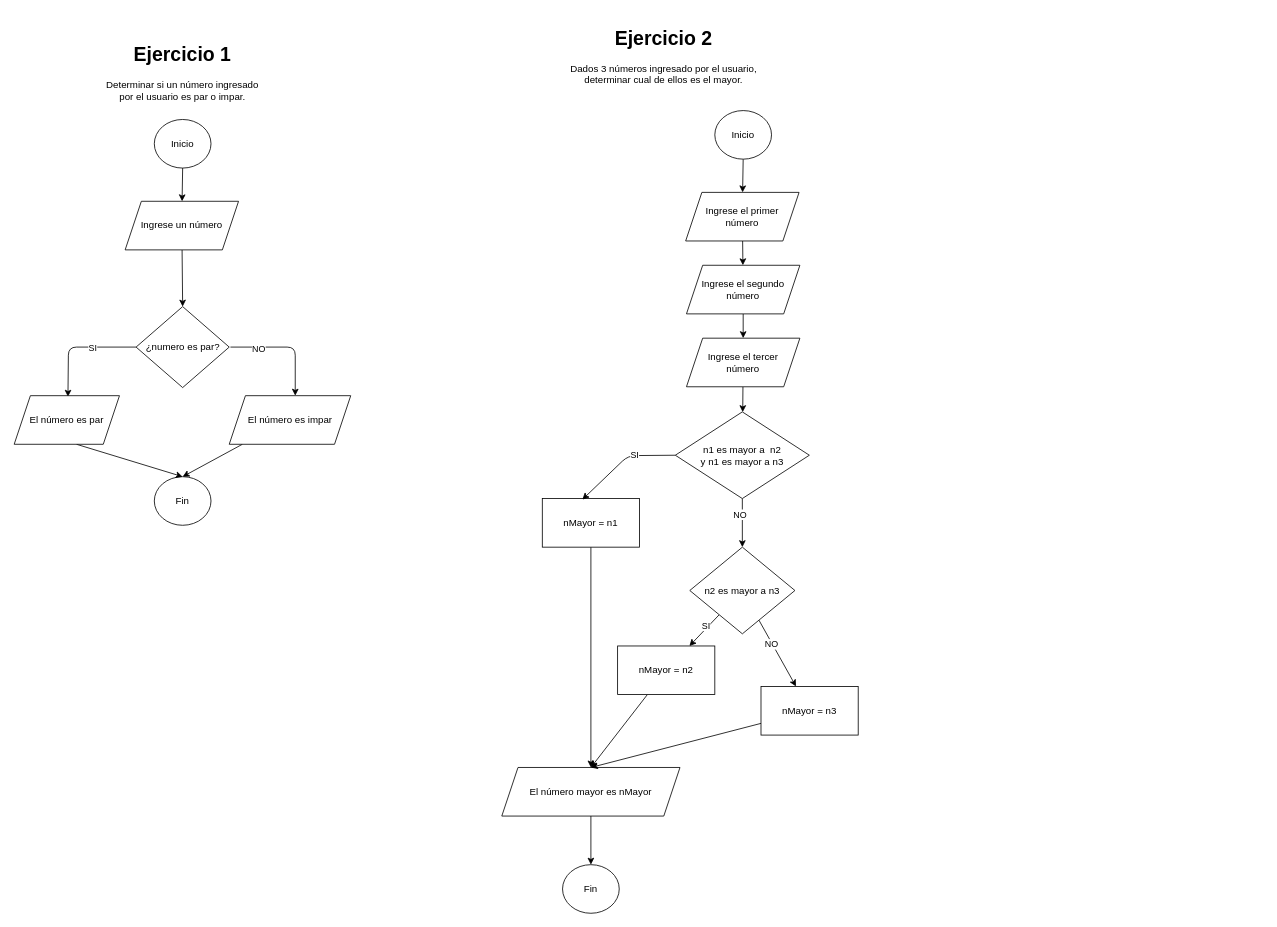
Earlier version of the draw.io diagram assets/03-Diagramas.drawio (carlos-paezf/Introduction-to-Data-Enginnering-and-AI). Source tidied: cells renumbered, new cells numbered last; positions are measured from the earlier drawing's top-left corner, leaving out a move shared by most shapes. Both pictures are drawn from the tidied source at 81%, with x=0, y=0 at pixel (14, 22).
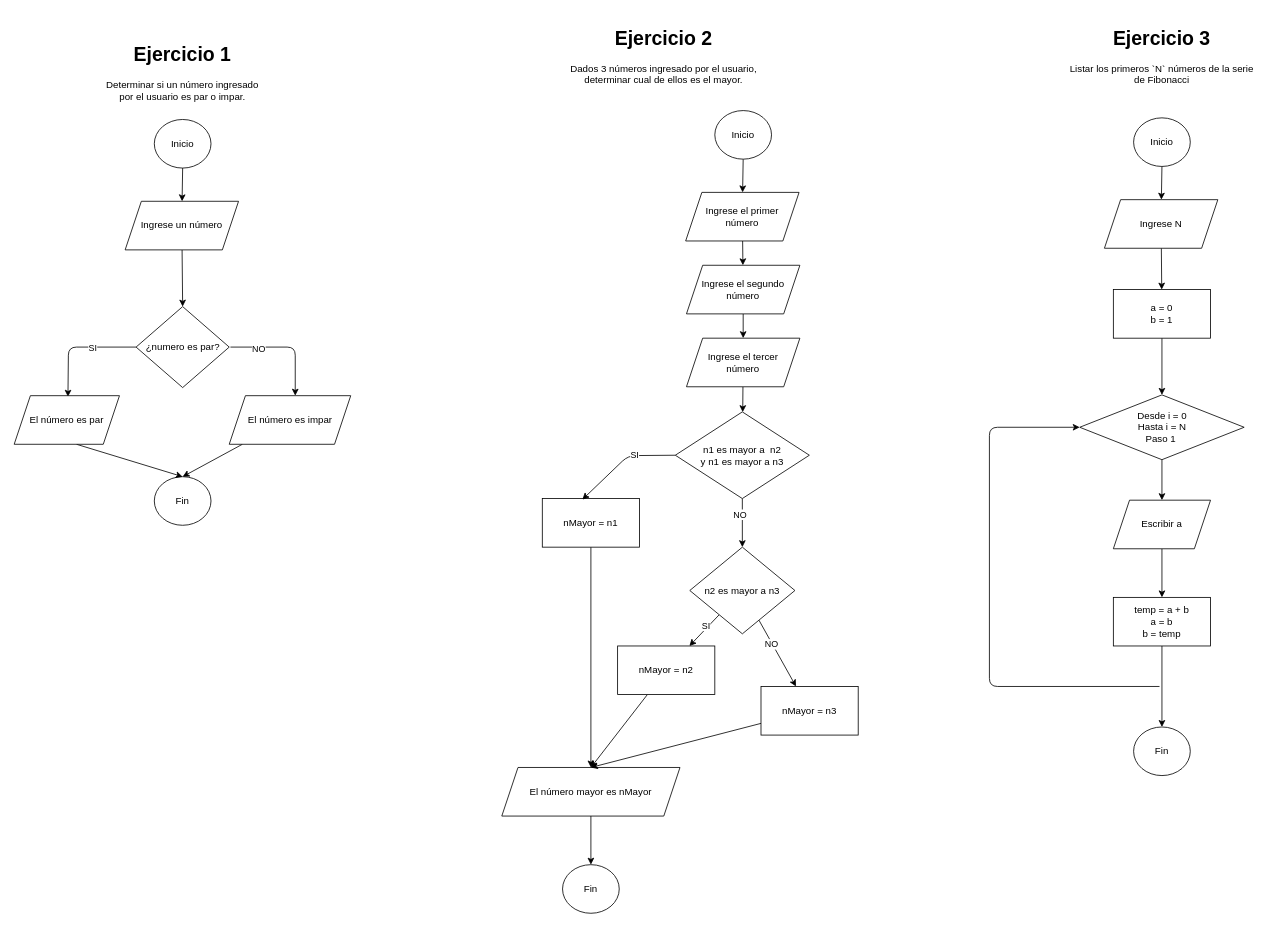
After the change.

Commit message (it also covers changes not shown here):
Add Exercise 3 Diagram

The edit, as a diff of the source:
```diff
@@
+    <mxCell id="45" value="&lt;h1&gt;Ejercicio 3&lt;/h1&gt;&lt;p&gt;Listar los primeros `N` números de la serie de Fibonacci&lt;/p&gt;" style="text;html=1;strokeColor=none;fillColor=none;spacing=5;spacingTop=-20;whiteSpace=wrap;overflow=hidden;rounded=0;align=center;" parent="1" vertex="1">
+      <mxGeometry x="1293" width="248" height="90" as="geometry" />
+    </mxCell>
+    <mxCell id="46" style="edgeStyle=none;html=1;" parent="1" edge="1" source="47" target="50">
+      <mxGeometry relative="1" as="geometry" />
+    </mxCell>
+    <mxCell id="47" value="Inicio" style="ellipse;whiteSpace=wrap;html=1;" parent="1" vertex="1">
+      <mxGeometry x="1382" y="118" width="70" height="60" as="geometry" />
+    </mxCell>
+    <mxCell id="48" value="Fin" style="ellipse;whiteSpace=wrap;html=1;" parent="1" vertex="1">
+      <mxGeometry x="1382" y="870" width="70" height="60" as="geometry" />
+    </mxCell>
+    <mxCell id="49" style="edgeStyle=none;html=1;" parent="1" edge="1" source="50" target="52">
+      <mxGeometry relative="1" as="geometry" />
+    </mxCell>
+    <mxCell id="50" value="Ingrese N" style="shape=parallelogram;perimeter=parallelogramPerimeter;whiteSpace=wrap;html=1;fixedSize=1;" parent="1" vertex="1">
+      <mxGeometry x="1346" y="219" width="140" height="60" as="geometry" />
+    </mxCell>
+    <mxCell id="51" style="edgeStyle=none;html=1;entryX=0.5;entryY=0;entryDx=0;entryDy=0;" parent="1" edge="1" source="52" target="56">
+      <mxGeometry relative="1" as="geometry" />
+    </mxCell>
+    <mxCell id="52" value="a = 0&lt;br&gt;b = 1" style="whiteSpace=wrap;html=1;" parent="1" vertex="1">
+      <mxGeometry x="1357" y="330" width="120" height="60" as="geometry" />
+    </mxCell>
+    <mxCell id="53" style="edgeStyle=none;html=1;" parent="1" edge="1" source="54" target="48">
+      <mxGeometry relative="1" as="geometry" />
+    </mxCell>
+    <mxCell id="54" value="temp = a + b&lt;br&gt;a = b&lt;br&gt;b = temp" style="whiteSpace=wrap;html=1;" parent="1" vertex="1">
+      <mxGeometry x="1357" y="710" width="120" height="60" as="geometry" />
+    </mxCell>
+    <mxCell id="55" style="edgeStyle=none;html=1;" parent="1" edge="1" source="56" target="58">
+      <mxGeometry relative="1" as="geometry" />
+    </mxCell>
+    <mxCell id="56" value="Desde i = 0&lt;br&gt;Hasta i = N&lt;br&gt;Paso 1&amp;nbsp;" style="rhombus;whiteSpace=wrap;html=1;" parent="1" vertex="1">
+      <mxGeometry x="1315.5" y="460" width="203" height="80" as="geometry" />
+    </mxCell>
+    <mxCell id="57" style="edgeStyle=none;html=1;entryX=0.5;entryY=0;entryDx=0;entryDy=0;" parent="1" edge="1" source="58" target="54">
+      <mxGeometry relative="1" as="geometry" />
+    </mxCell>
+    <mxCell id="58" value="Escribir a" style="shape=parallelogram;perimeter=parallelogramPerimeter;whiteSpace=wrap;html=1;fixedSize=1;" parent="1" vertex="1">
+      <mxGeometry x="1357" y="590" width="120" height="60" as="geometry" />
+    </mxCell>
+    <mxCell id="59" style="endArrow=classic;html=1;entryX=0;entryY=0.5;entryDx=0;entryDy=0;" parent="1" edge="1" target="56">
+      <mxGeometry relative="1" as="geometry">
+        <mxPoint x="1414" y="820" as="sourcePoint" />
+        <Array as="points">
+          <mxPoint x="1204" y="820" />
+          <mxPoint x="1204" y="500" />
+        </Array>
+      </mxGeometry>
+    </mxCell>
```
